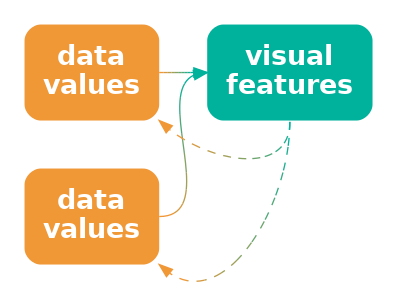
Before: Diagrams/conflict-decode.png, a diagram exported from Graphviz (pmur002/hdvw). Its source is kept beside it as Diagrams/conflict-decode.dot. Its diagram source:
```dot
digraph {
  graph [ rankdir=LR; margin=.2; nodesep=.5 ];
  node [ fontsize=20; fontname="sans bold"; margin=.2 ];
  data [ label="data\nvalues"; shape=box; style="filled, rounded"; penwidth=0; fontcolor=white; fillcolor="#F09736" ]
  data2 [ label="data\nvalues"; shape=box; style="filled, rounded"; penwidth=0; fontcolor=white; fillcolor="#F09736" ]
  vis [ label="visual\nfeatures"; shape=box;
     style="filled, rounded"; penwidth=0; fontcolor=white; fillcolor="#00B19B" ]
  data2 -> vis [ color="#F09736;0.1:#D59A41;0.1:#BB9D4C;0.1:#A0A058;0.1:#85A363;0.1:#6BA56E;0.1:#50A879;0.1:#35AB85;0.1:#1BAE90;0.1:#00B19B;0.1" ] [ style="invis" ]
  data:e -> vis:w [ color="#F09736;0.1:#D59A41;0.1:#BB9D4C;0.1:#A0A058;0.1:#85A363;0.1:#6BA56E;0.1:#50A879;0.1:#35AB85;0.1:#1BAE90;0.1:#00B19B;0.1" ]
  data2:e -> vis:w [ color="#F09736;0.1:#D59A41;0.1:#BB9D4C;0.1:#A0A058;0.1:#85A363;0.1:#6BA56E;0.1:#50A879;0.1:#35AB85;0.1:#1BAE90;0.1:#00B19B;0.1" ]
  vis:s -> data:se [ style="dashed", color="#00B19B;0.1:#1BAE90;0.1:#35AB85;0.1:#50A879;0.1:#6BA56E;0.1:#85A363;0.1:#A0A058;0.1:#BB9D4C;0.1:#D59A41;0.1:#F09736;0.1" ]
  vis:s -> data2:se [ style="dashed", color="#00B19B;0.1:#1BAE90;0.1:#35AB85;0.1:#50A879;0.1:#6BA56E;0.1:#85A363;0.1:#A0A058;0.1:#BB9D4C;0.1:#D59A41;0.1:#F09736;0.1" ]
{ rank=same; data, data2 }
}
```
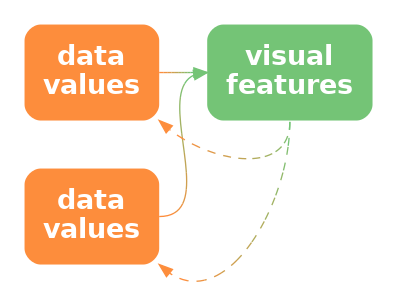
After the commit.

What changed in the source:
```diff
@@ -1,14 +1,14 @@
 digraph {
   graph [ rankdir=LR; margin=.2; nodesep=.5 ];
   node [ fontsize=20; fontname="sans bold"; margin=.2 ];
-  data [ label="data\nvalues"; shape=box; style="filled, rounded"; penwidth=0; fontcolor=white; fillcolor="#F09736" ]
-  data2 [ label="data\nvalues"; shape=box; style="filled, rounded"; penwidth=0; fontcolor=white; fillcolor="#F09736" ]
+  data [ label="data\nvalues"; shape=box; style="filled, rounded"; penwidth=0; fontcolor=white; fillcolor="#FD8D3C" ]
+  data2 [ label="data\nvalues"; shape=box; style="filled, rounded"; penwidth=0; fontcolor=white; fillcolor="#FD8D3C" ]
   vis [ label="visual\nfeatures"; shape=box;
-     style="filled, rounded"; penwidth=0; fontcolor=white; fillcolor="#00B19B" ]
-  data2 -> vis [ color="#F09736;0.1:#D59A41;0.1:#BB9D4C;0.1:#A0A058;0.1:#85A363;0.1:#6BA56E;0.1:#50A879;0.1:#35AB85;0.1:#1BAE90;0.1:#00B19B;0.1" ] [ style="invis" ]
-  data:e -> vis:w [ color="#F09736;0.1:#D59A41;0.1:#BB9D4C;0.1:#A0A058;0.1:#85A363;0.1:#6BA56E;0.1:#50A879;0.1:#35AB85;0.1:#1BAE90;0.1:#00B19B;0.1" ]
-  data2:e -> vis:w [ color="#F09736;0.1:#D59A41;0.1:#BB9D4C;0.1:#A0A058;0.1:#85A363;0.1:#6BA56E;0.1:#50A879;0.1:#35AB85;0.1:#1BAE90;0.1:#00B19B;0.1" ]
-  vis:s -> data:se [ style="dashed", color="#00B19B;0.1:#1BAE90;0.1:#35AB85;0.1:#50A879;0.1:#6BA56E;0.1:#85A363;0.1:#A0A058;0.1:#BB9D4C;0.1:#D59A41;0.1:#F09736;0.1" ]
-  vis:s -> data2:se [ style="dashed", color="#00B19B;0.1:#1BAE90;0.1:#35AB85;0.1:#50A879;0.1:#6BA56E;0.1:#85A363;0.1:#A0A058;0.1:#BB9D4C;0.1:#D59A41;0.1:#F09736;0.1" ]
+     style="filled, rounded"; penwidth=0; fontcolor=white; fillcolor="#74C476" ]
+  data2 -> vis [ color="#FD8D3C;0.1:#EE9342;0.1:#DF9949;0.1:#CF9F4F;0.1:#C0A556;0.1:#B1AC5C;0.1:#A2B263;0.1:#92B869;0.1:#83BE70;0.1:#74C476;0.1" ] [ style="invis" ]
+  data:e -> vis:w [ color="#FD8D3C;0.1:#EE9342;0.1:#DF9949;0.1:#CF9F4F;0.1:#C0A556;0.1:#B1AC5C;0.1:#A2B263;0.1:#92B869;0.1:#83BE70;0.1:#74C476;0.1" ]
+  data2:e -> vis:w [ color="#FD8D3C;0.1:#EE9342;0.1:#DF9949;0.1:#CF9F4F;0.1:#C0A556;0.1:#B1AC5C;0.1:#A2B263;0.1:#92B869;0.1:#83BE70;0.1:#74C476;0.1" ]
+  vis:s -> data:se [ style="dashed", color="#74C476;0.1:#83BE70;0.1:#92B869;0.1:#A2B263;0.1:#B1AC5C;0.1:#C0A556;0.1:#CF9F4F;0.1:#DF9949;0.1:#EE9342;0.1:#FD8D3C;0.1" ]
+  vis:s -> data2:se [ style="dashed", color="#74C476;0.1:#83BE70;0.1:#92B869;0.1:#A2B263;0.1:#B1AC5C;0.1:#C0A556;0.1:#CF9F4F;0.1:#DF9949;0.1:#EE9342;0.1:#FD8D3C;0.1" ]
 { rank=same; data, data2 }
 }
```
